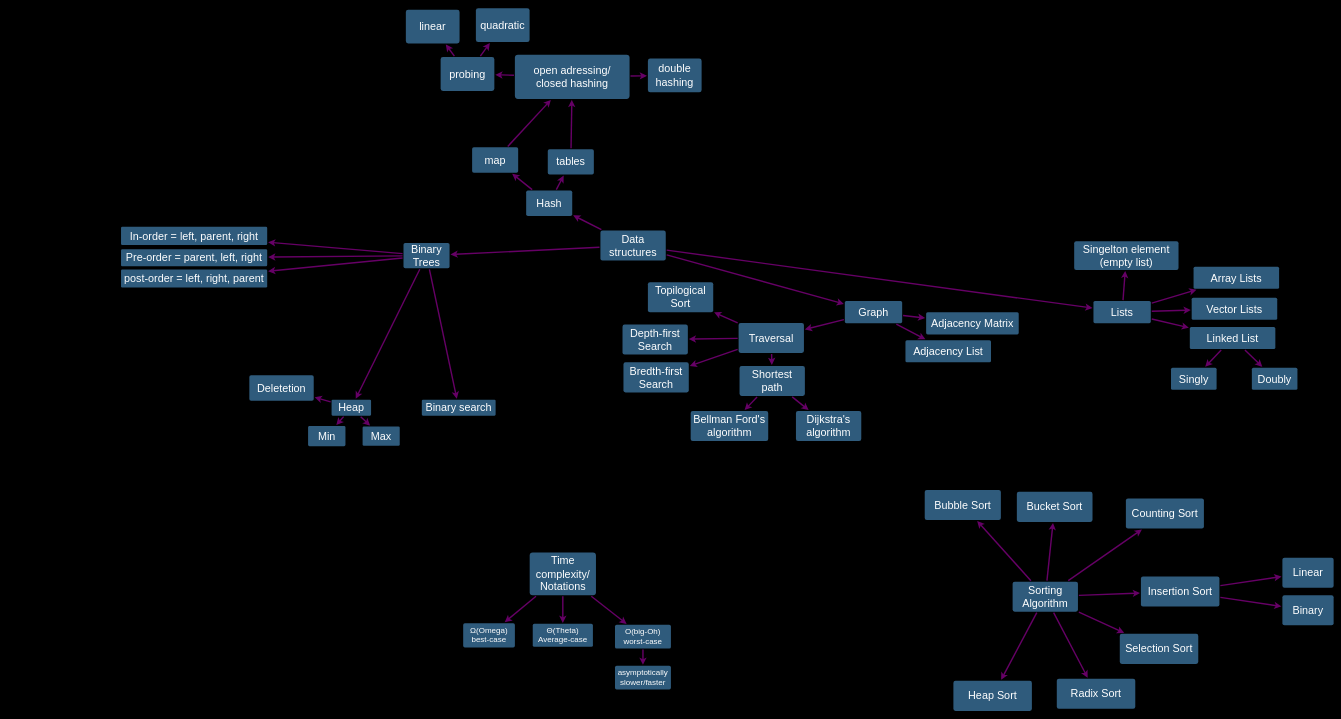
Above: Datastrukturer och algoritmer/Topics map.drawio in mogggen/Datastrukturer-och-algoritmer (draw.io), before the change. Source tidied: cells renumbered, new cells numbered last; positions are measured from the earlier drawing's top-left corner, leaving out a move shared by most shapes. Both pictures are drawn from the tidied source at 47%, with x=0, y=0 at pixel (121, 8).
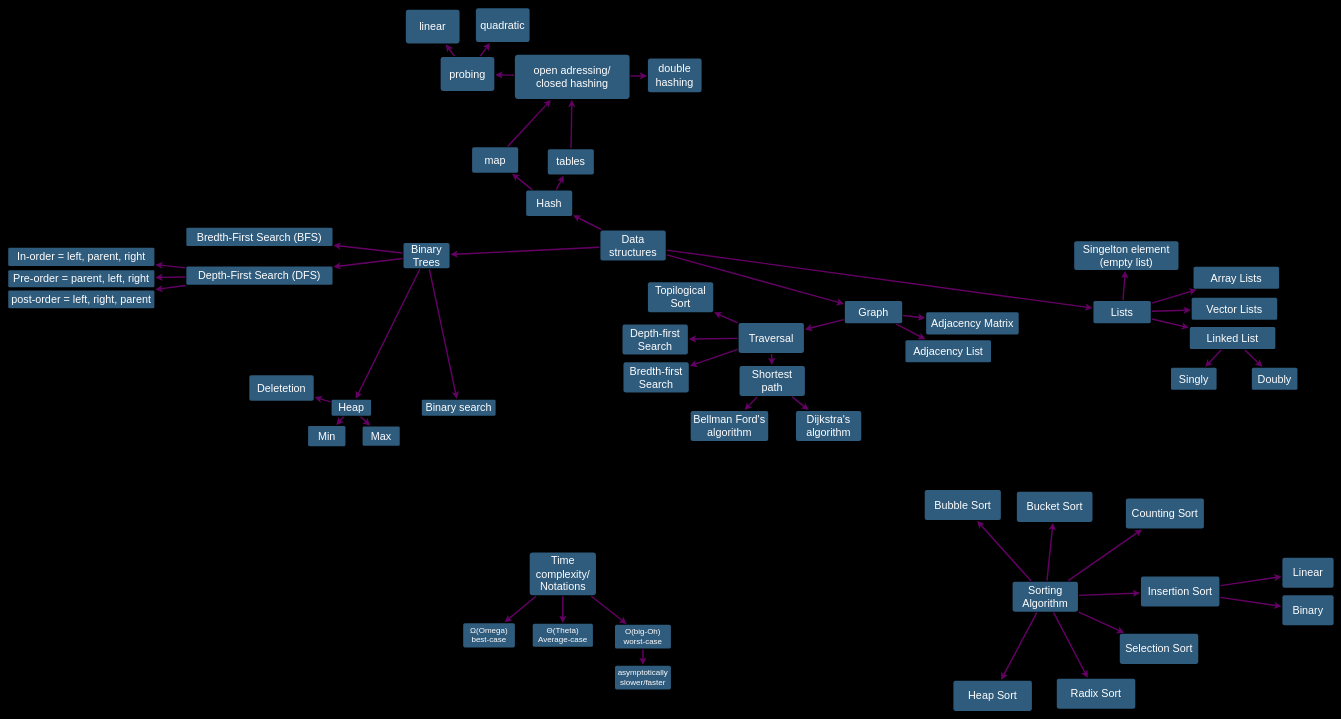
After the change.

Unchanged cells that the change refers to:
```xml
<mxCell id="2" value="Binary Trees" style="rounded=1;whiteSpace=wrap;html=1;shadow=0;labelBackgroundColor=none;strokeColor=none;strokeWidth=3;fillColor=#2F5B7C;fontFamily=Helvetica;fontSize=23;fontColor=#FFFFFF;align=center;fontStyle=0;spacing=5;arcSize=7;perimeterSpacing=2;glass=0;" parent="1" vertex="1">
  <mxGeometry x="601" y="499.5" width="98" height="54" as="geometry" />
</mxCell>
```

What changed in the source:
```diff
@@
     <mxCell id="4" value="In-order = left, parent, right" style="rounded=1;whiteSpace=wrap;html=1;shadow=0;labelBackgroundColor=none;strokeColor=none;strokeWidth=3;fillColor=#2F5B7C;fontFamily=Helvetica;fontSize=23;fontColor=#FFFFFF;align=center;fontStyle=0;spacing=5;arcSize=7;perimeterSpacing=2;horizontal=1;" parent="1" vertex="1">
-      <mxGeometry y="465" width="311" height="39" as="geometry" />
+      <mxGeometry x="-240" y="509.5" width="311" height="39" as="geometry" />
     </mxCell>
@@
-    <mxCell id="8" style="edgeStyle=none;rounded=0;jumpStyle=none;html=1;shadow=0;labelBackgroundColor=none;startArrow=none;startFill=0;endArrow=classic;endFill=1;jettySize=auto;strokeWidth=3;fontFamily=Helvetica;fontSize=16;fontColor=#23445D;spacing=5;fillColor=#e3c800;strokeColor=#660066;" parent="1" edge="1" source="2" target="4">
+    <mxCell id="8" style="edgeStyle=none;rounded=0;jumpStyle=none;html=1;shadow=0;labelBackgroundColor=none;startArrow=none;startFill=0;endArrow=classic;endFill=1;jettySize=auto;strokeWidth=3;fontFamily=Helvetica;fontSize=16;fontColor=#23445D;spacing=5;fillColor=#e3c800;strokeColor=#660066;" parent="1" edge="1" source="102" target="4">
       <mxGeometry relative="1" as="geometry" />
     </mxCell>
     <mxCell id="9" value="Pre-order = parent, left, right" style="rounded=1;whiteSpace=wrap;html=1;shadow=0;labelBackgroundColor=none;strokeColor=none;strokeWidth=3;fillColor=#2F5B7C;fontFamily=Helvetica;fontSize=23;fontColor=#FFFFFF;align=center;fontStyle=0;spacing=5;arcSize=7;perimeterSpacing=2;horizontal=1;" parent="1" vertex="1">
-      <mxGeometry y="513" width="311" height="36" as="geometry" />
+      <mxGeometry x="-240" y="557.5" width="311" height="36" as="geometry" />
     </mxCell>
     <mxCell id="10" value="post-order = left, right, parent" style="rounded=1;whiteSpace=wrap;html=1;shadow=0;labelBackgroundColor=none;strokeColor=none;strokeWidth=3;fillColor=#2F5B7C;fontFamily=Helvetica;fontSize=23;fontColor=#FFFFFF;align=center;fontStyle=0;spacing=5;arcSize=7;perimeterSpacing=2;horizontal=1;" parent="1" vertex="1">
-      <mxGeometry y="556" width="311" height="38" as="geometry" />
+      <mxGeometry x="-240" y="600.5" width="311" height="38" as="geometry" />
     </mxCell>
-    <mxCell id="11" style="edgeStyle=none;rounded=0;jumpStyle=none;html=1;shadow=0;labelBackgroundColor=none;startArrow=none;startFill=0;endArrow=classic;endFill=1;jettySize=auto;strokeWidth=3;fontFamily=Helvetica;fontSize=16;fontColor=#23445D;spacing=5;fillColor=#e3c800;strokeColor=#660066;" parent="1" edge="1" source="2" target="9">
+    <mxCell id="11" style="edgeStyle=none;rounded=0;jumpStyle=none;html=1;shadow=0;labelBackgroundColor=none;startArrow=none;startFill=0;endArrow=classic;endFill=1;jettySize=auto;strokeWidth=3;fontFamily=Helvetica;fontSize=16;fontColor=#23445D;spacing=5;fillColor=#e3c800;strokeColor=#660066;" parent="1" edge="1" source="102" target="9">
       <mxGeometry relative="1" as="geometry" />
     </mxCell>
@@
-    <mxCell id="14" style="edgeStyle=none;rounded=0;jumpStyle=none;html=1;shadow=0;labelBackgroundColor=none;startArrow=none;startFill=0;endArrow=classic;endFill=1;jettySize=auto;strokeWidth=3;fontFamily=Helvetica;fontSize=16;fontColor=#23445D;spacing=5;fillColor=#e3c800;strokeColor=#660066;" parent="1" edge="1" source="2" target="10">
+    <mxCell id="14" style="edgeStyle=none;rounded=0;jumpStyle=none;html=1;shadow=0;labelBackgroundColor=none;startArrow=none;startFill=0;endArrow=classic;endFill=1;jettySize=auto;strokeWidth=3;fontFamily=Helvetica;fontSize=16;fontColor=#23445D;spacing=5;fillColor=#e3c800;strokeColor=#660066;" parent="1" edge="1" source="102" target="10">
       <mxGeometry relative="1" as="geometry" />
     </mxCell>
@@
+    <mxCell id="100" value="Bredth-First Search (BFS)" style="rounded=1;whiteSpace=wrap;html=1;shadow=0;labelBackgroundColor=none;strokeColor=none;strokeWidth=3;fillColor=#2F5B7C;fontFamily=Helvetica;fontSize=23;fontColor=#FFFFFF;align=center;fontStyle=0;spacing=5;arcSize=7;perimeterSpacing=2;horizontal=1;" parent="1" vertex="1">
+      <mxGeometry x="139" y="467" width="311" height="39" as="geometry" />
+    </mxCell>
+    <mxCell id="101" style="edgeStyle=none;rounded=0;jumpStyle=none;html=1;shadow=0;labelBackgroundColor=none;startArrow=none;startFill=0;endArrow=classic;endFill=1;jettySize=auto;strokeWidth=3;fontFamily=Helvetica;fontSize=16;fontColor=#23445D;spacing=5;fillColor=#e3c800;strokeColor=#660066;" parent="1" edge="1" source="2" target="100">
+      <mxGeometry relative="1" as="geometry" />
+    </mxCell>
+    <mxCell id="102" value="Depth-First Search (DFS)" style="rounded=1;whiteSpace=wrap;html=1;shadow=0;labelBackgroundColor=none;strokeColor=none;strokeWidth=3;fillColor=#2F5B7C;fontFamily=Helvetica;fontSize=23;fontColor=#FFFFFF;align=center;fontStyle=0;spacing=5;arcSize=7;perimeterSpacing=2;horizontal=1;" parent="1" vertex="1">
+      <mxGeometry x="139" y="549.5" width="311" height="39" as="geometry" />
+    </mxCell>
+    <mxCell id="103" style="edgeStyle=none;rounded=0;jumpStyle=none;html=1;shadow=0;labelBackgroundColor=none;startArrow=none;startFill=0;endArrow=classic;endFill=1;jettySize=auto;strokeWidth=3;fontFamily=Helvetica;fontSize=16;fontColor=#23445D;spacing=5;fillColor=#e3c800;strokeColor=#660066;" parent="1" edge="1" source="2" target="102">
+      <mxGeometry relative="1" as="geometry" />
+    </mxCell>
```
